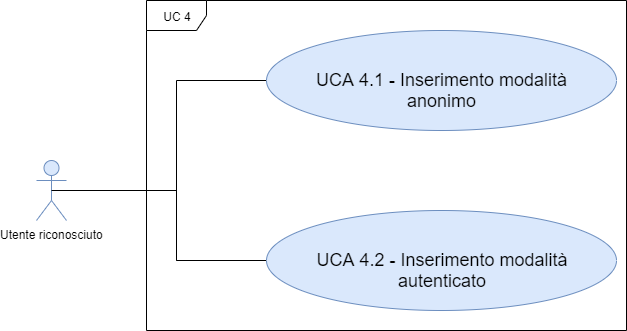
Earlier version of the draw.io export DocumentazioneEsterna/AnalisiRequisiti/sezioni/UseCase/Immagini/UCA4.png (qb-team/Stalker-Documentazione). Source tidied: cells renumbered, new cells last; positions are measured from the earlier drawing's top-left corner, leaving out a move shared by most shapes. Source of this version:
```xml
<mxGraphModel background="#ffffff">
  <root>
    <mxCell id="0" />
    <mxCell id="1" parent="0" />
    <mxCell id="2" value="UC 4" style="shape=umlFrame;whiteSpace=wrap;html=1;" parent="1" vertex="1">
      <mxGeometry x="110" width="480" height="330" as="geometry" />
    </mxCell>
    <mxCell id="3" value="Utente riconosciuto" style="shape=umlActor;verticalLabelPosition=bottom;labelBackgroundColor=#ffffff;verticalAlign=top;html=1;fillColor=#dae8fc;strokeColor=#6c8ebf;" parent="1" vertex="1">
      <mxGeometry y="160" width="30" height="60" as="geometry" />
    </mxCell>
    <mxCell id="4" style="edgeStyle=orthogonalEdgeStyle;rounded=0;jettySize=auto;html=1;endArrow=none;endFill=0;exitX=0.5;exitY=0.5;exitDx=0;exitDy=0;exitPerimeter=0;" parent="1" edge="1" source="3">
      <mxGeometry relative="1" as="geometry">
        <mxPoint x="140" y="100" as="targetPoint" />
        <Array as="points">
          <mxPoint x="140" y="190" />
        </Array>
      </mxGeometry>
    </mxCell>
    <mxCell id="5" style="edgeStyle=orthogonalEdgeStyle;rounded=0;jettySize=auto;html=1;exitX=0;exitY=0.5;exitDx=0;exitDy=0;endArrow=none;endFill=0;" parent="1" edge="1" source="6">
      <mxGeometry relative="1" as="geometry">
        <mxPoint x="140" y="260" as="targetPoint" />
      </mxGeometry>
    </mxCell>
    <mxCell id="6" value="&lt;span style=&quot;font-size: 18px&quot;&gt;UCA 4.1 - Inserimento modalità anonimo&lt;/span&gt;" style="ellipse;whiteSpace=wrap;html=1;fillColor=#dae8fc;strokeColor=#6c8ebf;" parent="1" vertex="1">
      <mxGeometry x="230" y="30" width="350" height="100" as="geometry" />
    </mxCell>
    <mxCell id="7" style="edgeStyle=orthogonalEdgeStyle;rounded=0;jettySize=auto;html=1;exitX=0;exitY=0.5;exitDx=0;exitDy=0;endArrow=none;endFill=0;" parent="1" edge="1" source="8">
      <mxGeometry relative="1" as="geometry">
        <mxPoint x="140" y="250" as="targetPoint" />
        <Array as="points">
          <mxPoint x="230" y="260" />
          <mxPoint x="140" y="260" />
        </Array>
      </mxGeometry>
    </mxCell>
    <mxCell id="8" value="&lt;span style=&quot;font-size: 18px&quot;&gt;UCA 4.2 - Inserimento modalità autenticato&lt;/span&gt;" style="ellipse;whiteSpace=wrap;html=1;fillColor=#dae8fc;strokeColor=#6c8ebf;" parent="1" vertex="1">
      <mxGeometry x="230" y="210" width="350" height="100" as="geometry" />
    </mxCell>
  </root>
</mxGraphModel>
```
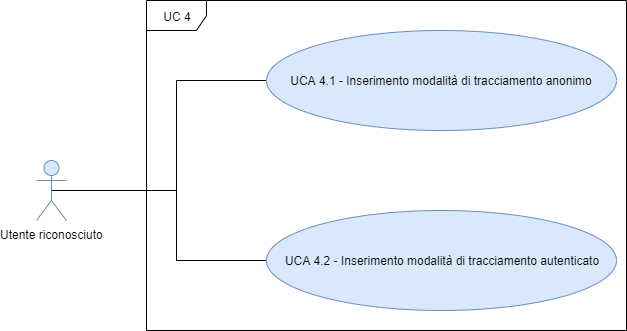
After the change.

Diff of the diagram source:
```diff
@@ -2,13 +2,13 @@
   <root>
     <mxCell id="0" />
     <mxCell id="1" parent="0" />
-    <mxCell id="2" value="UC 4" style="shape=umlFrame;whiteSpace=wrap;html=1;" parent="1" vertex="1">
+    <mxCell id="2" value="UC 4" style="shape=umlFrame;whiteSpace=wrap;html=1;fontFamily=Helvetica;fontSize=12;" parent="1" vertex="1">
       <mxGeometry x="110" width="480" height="330" as="geometry" />
     </mxCell>
-    <mxCell id="3" value="Utente riconosciuto" style="shape=umlActor;verticalLabelPosition=bottom;labelBackgroundColor=#ffffff;verticalAlign=top;html=1;fillColor=#dae8fc;strokeColor=#6c8ebf;" parent="1" vertex="1">
+    <mxCell id="3" value="Utente riconosciuto" style="shape=umlActor;verticalLabelPosition=bottom;labelBackgroundColor=#ffffff;verticalAlign=top;html=1;fillColor=#dae8fc;strokeColor=#6c8ebf;fontFamily=Helvetica;fontSize=12;" parent="1" vertex="1">
       <mxGeometry y="160" width="30" height="60" as="geometry" />
     </mxCell>
-    <mxCell id="4" style="edgeStyle=orthogonalEdgeStyle;rounded=0;jettySize=auto;html=1;endArrow=none;endFill=0;exitX=0.5;exitY=0.5;exitDx=0;exitDy=0;exitPerimeter=0;" parent="1" edge="1" source="3">
+    <mxCell id="4" style="edgeStyle=orthogonalEdgeStyle;rounded=0;jettySize=auto;html=1;endArrow=none;endFill=0;exitX=0.5;exitY=0.5;exitDx=0;exitDy=0;exitPerimeter=0;fontFamily=Helvetica;fontSize=12;" parent="1" edge="1" source="3">
       <mxGeometry relative="1" as="geometry">
         <mxPoint x="140" y="100" as="targetPoint" />
         <Array as="points">
@@ -16,15 +16,15 @@
         </Array>
       </mxGeometry>
     </mxCell>
-    <mxCell id="5" style="edgeStyle=orthogonalEdgeStyle;rounded=0;jettySize=auto;html=1;exitX=0;exitY=0.5;exitDx=0;exitDy=0;endArrow=none;endFill=0;" parent="1" edge="1" source="6">
+    <mxCell id="5" style="edgeStyle=orthogonalEdgeStyle;rounded=0;jettySize=auto;html=1;exitX=0;exitY=0.5;exitDx=0;exitDy=0;endArrow=none;endFill=0;fontFamily=Helvetica;fontSize=12;" parent="1" edge="1" source="6">
       <mxGeometry relative="1" as="geometry">
         <mxPoint x="140" y="260" as="targetPoint" />
       </mxGeometry>
     </mxCell>
-    <mxCell id="6" value="&lt;span style=&quot;font-size: 18px&quot;&gt;UCA 4.1 - Inserimento modalità anonimo&lt;/span&gt;" style="ellipse;whiteSpace=wrap;html=1;fillColor=#dae8fc;strokeColor=#6c8ebf;" parent="1" vertex="1">
+    <mxCell id="6" value="&lt;span style=&quot;font-size: 12px;&quot;&gt;UCA 4.1 - Inserimento modalità di tracciamento anonimo&lt;/span&gt;" style="ellipse;whiteSpace=wrap;html=1;fillColor=#dae8fc;strokeColor=#6c8ebf;fontFamily=Helvetica;fontSize=12;" parent="1" vertex="1">
       <mxGeometry x="230" y="30" width="350" height="100" as="geometry" />
     </mxCell>
-    <mxCell id="7" style="edgeStyle=orthogonalEdgeStyle;rounded=0;jettySize=auto;html=1;exitX=0;exitY=0.5;exitDx=0;exitDy=0;endArrow=none;endFill=0;" parent="1" edge="1" source="8">
+    <mxCell id="7" style="edgeStyle=orthogonalEdgeStyle;rounded=0;jettySize=auto;html=1;exitX=0;exitY=0.5;exitDx=0;exitDy=0;endArrow=none;endFill=0;fontFamily=Helvetica;fontSize=12;" parent="1" edge="1" source="8">
       <mxGeometry relative="1" as="geometry">
         <mxPoint x="140" y="250" as="targetPoint" />
         <Array as="points">
@@ -33,7 +33,7 @@
         </Array>
       </mxGeometry>
     </mxCell>
-    <mxCell id="8" value="&lt;span style=&quot;font-size: 18px&quot;&gt;UCA 4.2 - Inserimento modalità autenticato&lt;/span&gt;" style="ellipse;whiteSpace=wrap;html=1;fillColor=#dae8fc;strokeColor=#6c8ebf;" parent="1" vertex="1">
+    <mxCell id="8" value="&lt;span style=&quot;font-size: 12px;&quot;&gt;UCA 4.2 - Inserimento modalità di tracciamento autenticato&lt;/span&gt;" style="ellipse;whiteSpace=wrap;html=1;fillColor=#dae8fc;strokeColor=#6c8ebf;fontFamily=Helvetica;fontSize=12;" parent="1" vertex="1">
       <mxGeometry x="230" y="210" width="350" height="100" as="geometry" />
     </mxCell>
   </root>
```
